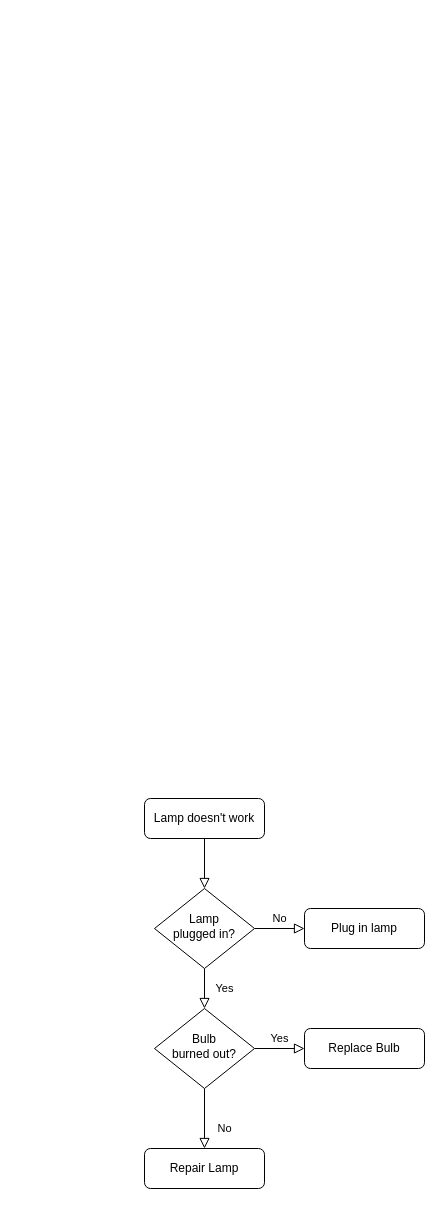
The draw.io diagram 13-04.drawio in smhcbr/flowcharts, before the edit. Source tidied: cells renumbered, new cells numbered last; positions are measured from the earlier drawing's top-left corner, leaving out a move shared by most shapes. Both pictures are drawn from the tidied source at 100%, with x=0, y=0 at pixel (144, 798).
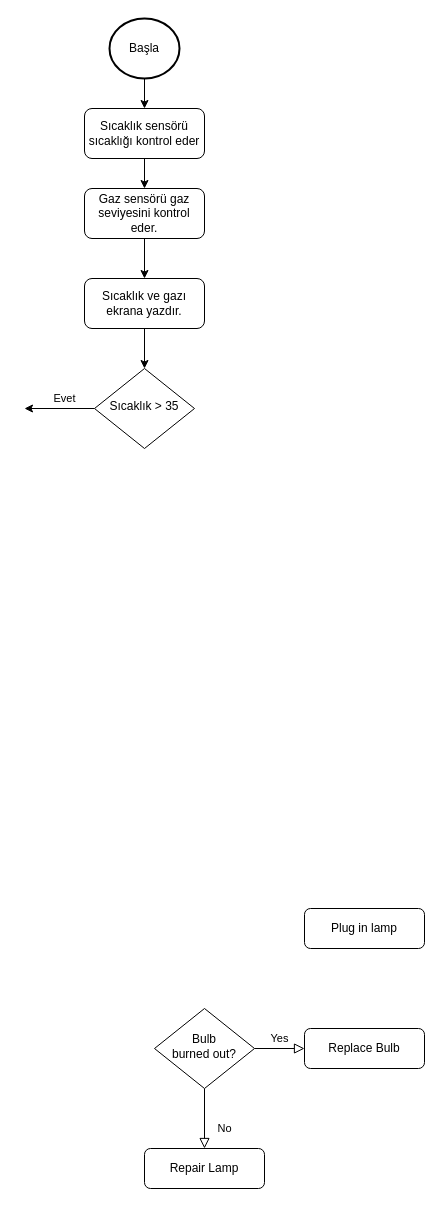
After the change.

Diff of the diagram source:
```diff
@@
 <mxGraphModel>
   <root>
     <mxCell id="0" />
     <mxCell id="1" parent="0" />
-    <mxCell id="2" style="rounded=0;html=1;jettySize=auto;fontSize=11;endArrow=block;endFill=0;endSize=8;strokeWidth=1;shadow=0;labelBackgroundColor=none;edgeStyle=orthogonalEdgeStyle;" parent="1" edge="1" source="3" target="6">
-      <mxGeometry relative="1" as="geometry" />
-    </mxCell>
+    <mxCell id="13" style="edgeStyle=orthogonalEdgeStyle;rounded=0;jettySize=auto;html=1;entryX=0.5;entryY=0;entryDx=0;entryDy=0;" parent="1" edge="1" source="3" target="18">
+      <mxGeometry relative="1" as="geometry" />
+    </mxCell>
-    <mxCell id="3" value="Lamp doesn't work" style="rounded=1;whiteSpace=wrap;html=1;fontSize=12;glass=0;strokeWidth=1;shadow=0;" parent="1" vertex="1">
-      <mxGeometry width="120" height="40" as="geometry" />
+    <mxCell id="3" value="Sıcaklık sensörü sıcaklığı kontrol eder" style="rounded=1;whiteSpace=wrap;html=1;fontSize=12;glass=0;strokeWidth=1;shadow=0;" parent="1" vertex="1">
+      <mxGeometry x="-60" y="-690" width="120" height="50" as="geometry" />
     </mxCell>
-    <mxCell id="4" value="Yes" style="rounded=0;html=1;jettySize=auto;fontSize=11;endArrow=block;endFill=0;endSize=8;strokeWidth=1;shadow=0;labelBackgroundColor=none;edgeStyle=orthogonalEdgeStyle;" parent="1" edge="1" source="6" target="10">
-      <mxGeometry y="20" relative="1" as="geometry" />
-    </mxCell>
-    <mxCell id="5" value="No" style="edgeStyle=orthogonalEdgeStyle;rounded=0;html=1;jettySize=auto;fontSize=11;endArrow=block;endFill=0;endSize=8;strokeWidth=1;shadow=0;labelBackgroundColor=none;" parent="1" edge="1" source="6" target="7">
-      <mxGeometry y="10" relative="1" as="geometry" />
-    </mxCell>
+    <mxCell id="14" value="Evet" style="edgeStyle=orthogonalEdgeStyle;rounded=0;jettySize=auto;html=1;" parent="1" edge="1" source="6">
+      <mxGeometry x="-0.14" y="-10" relative="1" as="geometry">
+        <mxPoint x="-120" y="-390" as="targetPoint" />
+      </mxGeometry>
+    </mxCell>
-    <mxCell id="6" value="Lamp&lt;br&gt;plugged in?" style="rhombus;whiteSpace=wrap;html=1;shadow=0;fontFamily=Helvetica;fontSize=12;align=center;strokeWidth=1;spacing=6;spacingTop=-4;" parent="1" vertex="1">
-      <mxGeometry x="10" y="90" width="100" height="80" as="geometry" />
+    <mxCell id="6" value="Sıcaklık &amp;gt; 35" style="rhombus;whiteSpace=wrap;html=1;shadow=0;fontFamily=Helvetica;fontSize=12;align=center;strokeWidth=1;spacing=6;spacingTop=-4;" parent="1" vertex="1">
+      <mxGeometry x="-50" y="-430" width="100" height="80" as="geometry" />
     </mxCell>
     <mxCell id="7" value="Plug in lamp" style="rounded=1;whiteSpace=wrap;html=1;fontSize=12;glass=0;strokeWidth=1;shadow=0;" parent="1" vertex="1">
       <mxGeometry x="160" y="110" width="120" height="40" as="geometry" />
     </mxCell>
     <mxCell id="8" value="No" style="rounded=0;html=1;jettySize=auto;fontSize=11;endArrow=block;endFill=0;endSize=8;strokeWidth=1;shadow=0;labelBackgroundColor=none;edgeStyle=orthogonalEdgeStyle;" parent="1" edge="1" source="10" target="11">
       <mxGeometry x="0.33" y="20" relative="1" as="geometry" />
     </mxCell>
     <mxCell id="9" value="Yes" style="edgeStyle=orthogonalEdgeStyle;rounded=0;html=1;jettySize=auto;fontSize=11;endArrow=block;endFill=0;endSize=8;strokeWidth=1;shadow=0;labelBackgroundColor=none;" parent="1" edge="1" source="10" target="12">
       <mxGeometry y="10" relative="1" as="geometry" />
     </mxCell>
     <mxCell id="10" value="Bulb&lt;br&gt;burned out?" style="rhombus;whiteSpace=wrap;html=1;shadow=0;fontFamily=Helvetica;fontSize=12;align=center;strokeWidth=1;spacing=6;spacingTop=-4;" parent="1" vertex="1">
       <mxGeometry x="10" y="210" width="100" height="80" as="geometry" />
     </mxCell>
     <mxCell id="11" value="Repair Lamp" style="rounded=1;whiteSpace=wrap;html=1;fontSize=12;glass=0;strokeWidth=1;shadow=0;" parent="1" vertex="1">
       <mxGeometry y="350" width="120" height="40" as="geometry" />
     </mxCell>
     <mxCell id="12" value="Replace Bulb" style="rounded=1;whiteSpace=wrap;html=1;fontSize=12;glass=0;strokeWidth=1;shadow=0;" parent="1" vertex="1">
       <mxGeometry x="160" y="230" width="120" height="40" as="geometry" />
     </mxCell>
+    <mxCell id="15" style="edgeStyle=orthogonalEdgeStyle;rounded=0;jettySize=auto;html=1;" parent="1" edge="1" source="16" target="3">
+      <mxGeometry relative="1" as="geometry" />
+    </mxCell>
+    <mxCell id="16" value="Başla" style="strokeWidth=2;html=1;shape=mxgraph.flowchart.start_2;whiteSpace=wrap;" parent="1" vertex="1">
+      <mxGeometry x="-35" y="-780" width="70" height="60" as="geometry" />
+    </mxCell>
+    <mxCell id="17" style="edgeStyle=orthogonalEdgeStyle;rounded=0;jettySize=auto;html=1;entryX=0.5;entryY=0;entryDx=0;entryDy=0;" parent="1" edge="1" source="18" target="20">
+      <mxGeometry relative="1" as="geometry" />
+    </mxCell>
+    <mxCell id="18" value="Gaz sensörü gaz seviyesini kontrol eder." style="rounded=1;whiteSpace=wrap;html=1;fontSize=12;glass=0;strokeWidth=1;shadow=0;" parent="1" vertex="1">
+      <mxGeometry x="-60" y="-610" width="120" height="50" as="geometry" />
+    </mxCell>
+    <mxCell id="19" style="edgeStyle=orthogonalEdgeStyle;rounded=0;jettySize=auto;html=1;entryX=0.5;entryY=0;entryDx=0;entryDy=0;" parent="1" edge="1" source="20" target="6">
+      <mxGeometry relative="1" as="geometry" />
+    </mxCell>
+    <mxCell id="20" value="Sıcaklık ve gazı ekrana yazdır." style="rounded=1;whiteSpace=wrap;html=1;fontSize=12;glass=0;strokeWidth=1;shadow=0;" parent="1" vertex="1">
+      <mxGeometry x="-60" y="-520" width="120" height="50" as="geometry" />
+    </mxCell>
   </root>
 </mxGraphModel>
```
